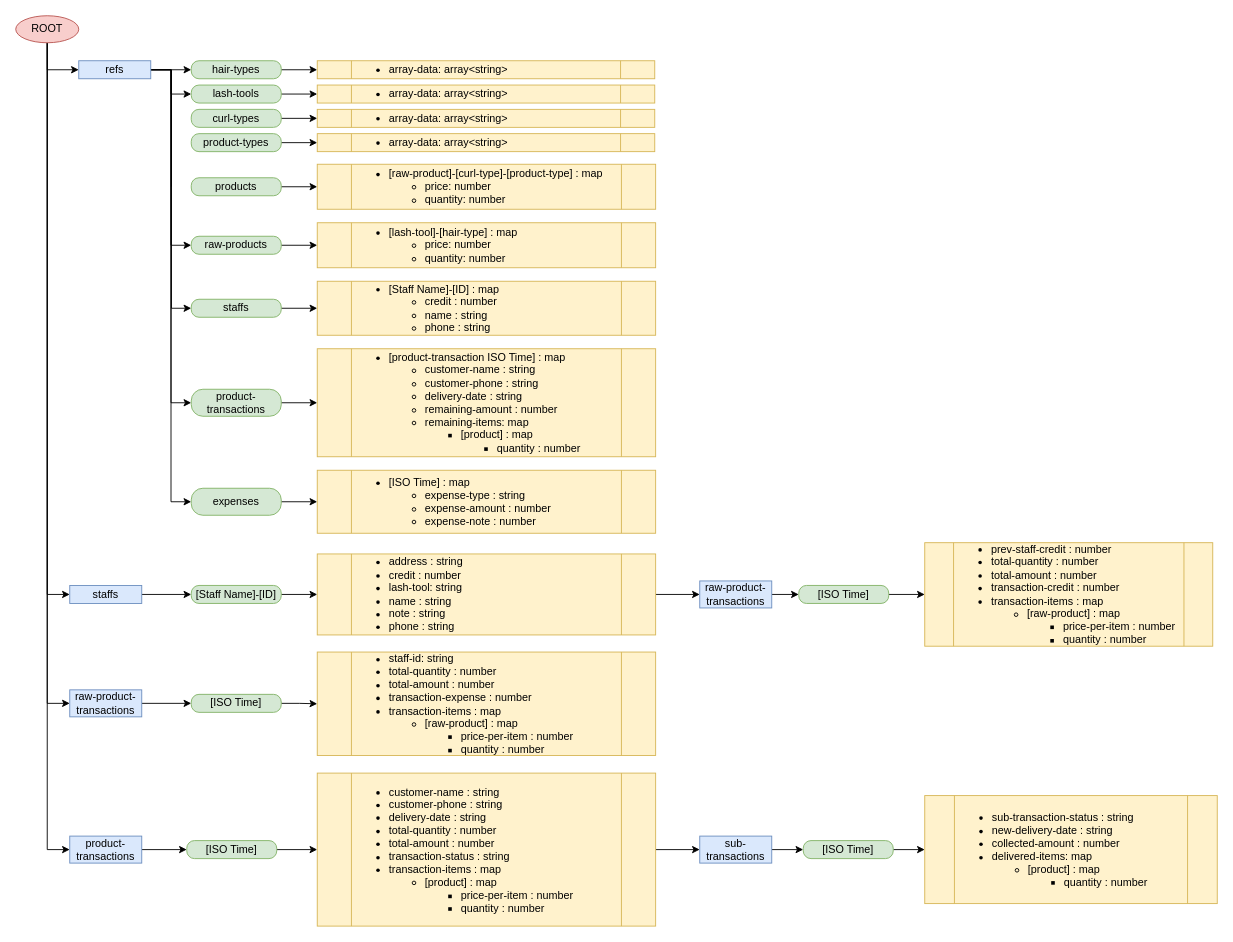
The draw.io diagram docs/Data Structure .drawio in KCFam/EyelashesWorkshopManager, before the edit. Source tidied: cells renumbered, new cells numbered last; positions are measured from the earlier drawing's top-left corner, leaving out a move shared by most shapes. Both pictures are drawn from the tidied source at 90%, with x=0, y=0 at pixel (15, 15).
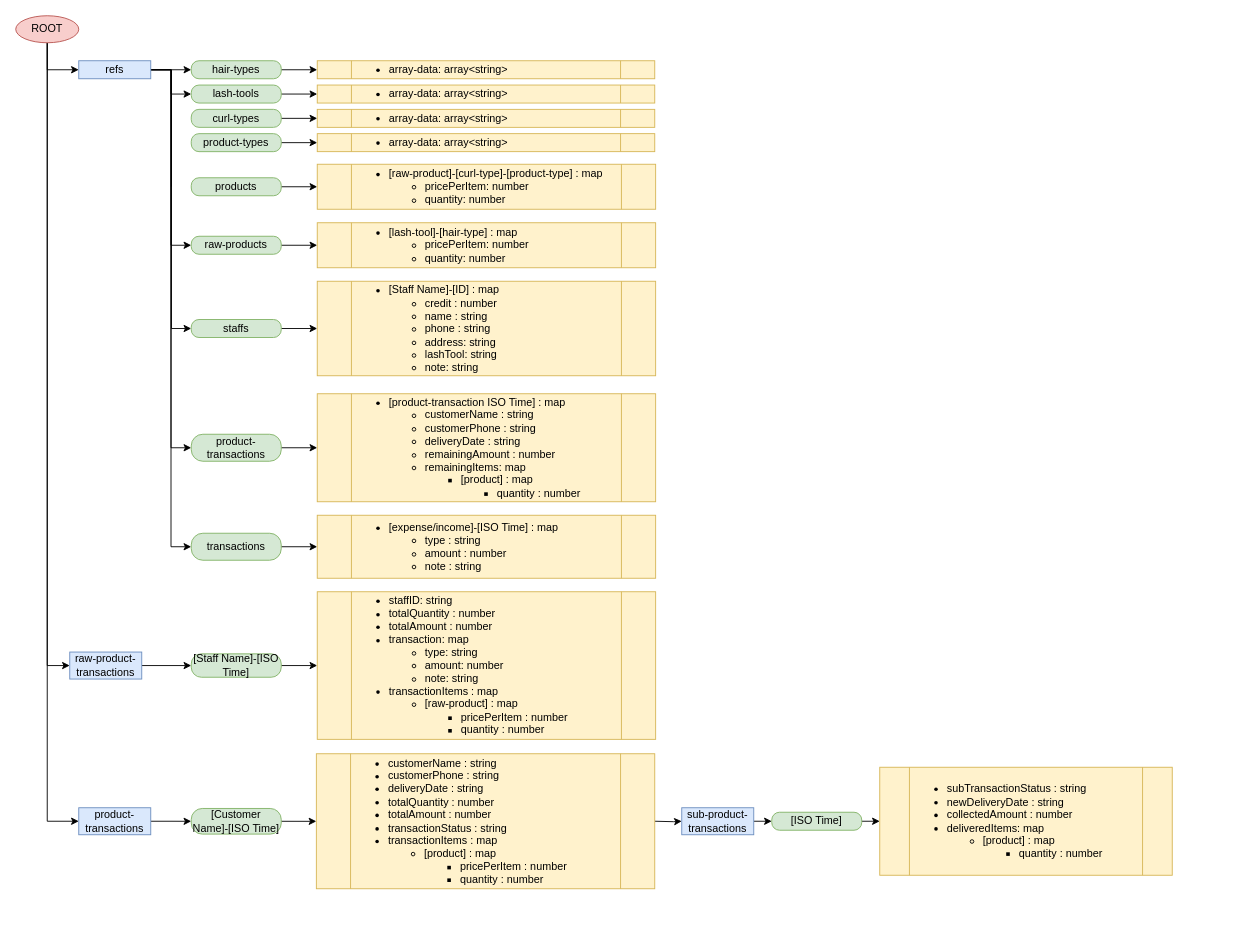
Above is the later version.

The change refers to these unchanged cells:
```xml
<mxCell id="15" value="ROOT" style="ellipse;whiteSpace=wrap;html=1;fillColor=#f8cecc;strokeColor=#b85450;" parent="1" vertex="1">
  <mxGeometry width="70" height="30" as="geometry" />
</mxCell>
```

Diff of the diagram source:
```diff
@@
-    <mxCell id="3" style="edgeStyle=orthogonalEdgeStyle;rounded=0;jettySize=auto;html=1;exitX=0.5;exitY=1;exitDx=0;exitDy=0;entryX=0;entryY=0.5;entryDx=0;entryDy=0;" parent="1" edge="1" source="15" target="12">
-      <mxGeometry relative="1" as="geometry" />
-    </mxCell>
@@
-    <mxCell id="11" style="edgeStyle=orthogonalEdgeStyle;rounded=0;jettySize=auto;html=1;exitX=1;exitY=0.5;exitDx=0;exitDy=0;entryX=0;entryY=0.5;entryDx=0;entryDy=0;" parent="1" edge="1" source="12" target="36">
-      <mxGeometry relative="1" as="geometry" />
-    </mxCell>
-    <mxCell id="12" value="staffs" style="rounded=0;whiteSpace=wrap;html=1;fillColor=#dae8fc;strokeColor=#6c8ebf;" parent="1" vertex="1">
-      <mxGeometry x="60" y="633" width="80" height="20" as="geometry" />
-    </mxCell>
@@
     <mxCell id="23" value="staffs" style="rounded=1;whiteSpace=wrap;html=1;arcSize=43;fillColor=#d5e8d4;strokeColor=#82b366;" parent="1" vertex="1">
-      <mxGeometry x="195" y="315" width="100" height="20" as="geometry" />
+      <mxGeometry x="195" y="337.5" width="100" height="20" as="geometry" />
     </mxCell>
-    <mxCell id="24" value="&lt;blockquote style=&quot;margin: 0 0 0 40px ; border: none ; padding: 0px&quot;&gt;&lt;/blockquote&gt;&lt;ul&gt;&lt;li&gt;[Staff Name]-[ID] : map&lt;/li&gt;&lt;ul&gt;&lt;li&gt;credit : number&lt;/li&gt;&lt;li&gt;name : string&lt;/li&gt;&lt;li&gt;phone : string&lt;/li&gt;&lt;/ul&gt;&lt;/ul&gt;&lt;blockquote style=&quot;margin: 0 0 0 40px ; border: none ; padding: 0px&quot;&gt;&lt;/blockquote&gt;" style="shape=process;whiteSpace=wrap;html=1;backgroundOutline=1;align=left;fillColor=#fff2cc;strokeColor=#d6b656;" parent="1" vertex="1">
-      <mxGeometry x="335" y="295" width="376" height="60" as="geometry" />
+    <mxCell id="24" value="&lt;blockquote style=&quot;margin: 0 0 0 40px ; border: none ; padding: 0px&quot;&gt;&lt;/blockquote&gt;&lt;ul&gt;&lt;li&gt;[Staff Name]-[ID] : map&lt;/li&gt;&lt;ul&gt;&lt;li&gt;credit : number&lt;/li&gt;&lt;li&gt;name : string&lt;/li&gt;&lt;li&gt;phone : string&lt;/li&gt;&lt;li&gt;address: string&lt;/li&gt;&lt;li&gt;lashTool: string&lt;/li&gt;&lt;li&gt;note: string&lt;/li&gt;&lt;/ul&gt;&lt;/ul&gt;&lt;blockquote style=&quot;margin: 0 0 0 40px ; border: none ; padding: 0px&quot;&gt;&lt;/blockquote&gt;" style="shape=process;whiteSpace=wrap;html=1;backgroundOutline=1;align=left;fillColor=#fff2cc;strokeColor=#d6b656;" parent="1" vertex="1">
+      <mxGeometry x="335" y="295" width="376" height="105" as="geometry" />
     </mxCell>
@@
-    <mxCell id="26" value="&lt;ul&gt;&lt;li&gt;[lash-tool]-[hair-type] : map&lt;/li&gt;&lt;ul&gt;&lt;li&gt;price: number&lt;/li&gt;&lt;li&gt;quantity: number&lt;/li&gt;&lt;/ul&gt;&lt;/ul&gt;" style="shape=process;whiteSpace=wrap;html=1;backgroundOutline=1;align=left;fillColor=#fff2cc;strokeColor=#d6b656;" parent="1" vertex="1">
+    <mxCell id="26" value="&lt;ul&gt;&lt;li&gt;[lash-tool]-[hair-type] : map&lt;/li&gt;&lt;ul&gt;&lt;li&gt;pricePerItem: number&lt;/li&gt;&lt;li&gt;quantity: number&lt;/li&gt;&lt;/ul&gt;&lt;/ul&gt;" style="shape=process;whiteSpace=wrap;html=1;backgroundOutline=1;align=left;fillColor=#fff2cc;strokeColor=#d6b656;" parent="1" vertex="1">
       <mxGeometry x="335" y="230" width="376" height="50" as="geometry" />
     </mxCell>
@@
-    <mxCell id="28" style="edgeStyle=orthogonalEdgeStyle;rounded=0;jettySize=auto;html=1;exitX=1;exitY=0.5;exitDx=0;exitDy=0;entryX=0;entryY=0.5;entryDx=0;entryDy=0;" parent="1" edge="1" source="29" target="31">
-      <mxGeometry relative="1" as="geometry" />
-    </mxCell>
-    <mxCell id="29" value="&lt;blockquote style=&quot;margin: 0 0 0 40px ; border: none ; padding: 0px&quot;&gt;&lt;/blockquote&gt;&lt;ul&gt;&lt;li&gt;&lt;span&gt;address : string&lt;/span&gt;&lt;br&gt;&lt;/li&gt;&lt;li&gt;&lt;span&gt;credit : number&lt;/span&gt;&lt;br&gt;&lt;/li&gt;&lt;li&gt;&lt;span&gt;lash-tool: string&lt;/span&gt;&lt;br&gt;&lt;/li&gt;&lt;li&gt;&lt;span&gt;name : string&lt;/span&gt;&lt;br&gt;&lt;/li&gt;&lt;li&gt;&lt;span&gt;note : string&lt;/span&gt;&lt;br&gt;&lt;/li&gt;&lt;li&gt;&lt;span&gt;phone : string&lt;/span&gt;&lt;br&gt;&lt;/li&gt;&lt;/ul&gt;&lt;blockquote style=&quot;margin: 0 0 0 40px ; border: none ; padding: 0px&quot;&gt;&lt;/blockquote&gt;" style="shape=process;whiteSpace=wrap;html=1;backgroundOutline=1;align=left;fillColor=#fff2cc;strokeColor=#d6b656;" parent="1" vertex="1">
-      <mxGeometry x="335" y="598" width="376" height="90" as="geometry" />
-    </mxCell>
-    <mxCell id="30" style="edgeStyle=orthogonalEdgeStyle;rounded=0;jettySize=auto;html=1;exitX=1;exitY=0.5;exitDx=0;exitDy=0;entryX=0;entryY=0.5;entryDx=0;entryDy=0;" parent="1" edge="1" source="31" target="33">
-      <mxGeometry relative="1" as="geometry" />
-    </mxCell>
-    <mxCell id="31" value="raw-product-transactions" style="rounded=0;whiteSpace=wrap;html=1;fillColor=#dae8fc;strokeColor=#6c8ebf;" parent="1" vertex="1">
-      <mxGeometry x="760" y="628" width="80" height="30" as="geometry" />
-    </mxCell>
-    <mxCell id="32" style="edgeStyle=orthogonalEdgeStyle;rounded=0;jettySize=auto;html=1;exitX=1;exitY=0.5;exitDx=0;exitDy=0;entryX=0;entryY=0.5;entryDx=0;entryDy=0;" parent="1" edge="1" source="33" target="34">
-      <mxGeometry relative="1" as="geometry" />
-    </mxCell>
-    <mxCell id="33" value="[ISO Time]" style="rounded=1;whiteSpace=wrap;html=1;arcSize=43;fillColor=#d5e8d4;strokeColor=#82b366;" parent="1" vertex="1">
-      <mxGeometry x="870" y="633" width="100" height="20" as="geometry" />
-    </mxCell>
-    <mxCell id="34" value="&lt;blockquote style=&quot;margin: 0 0 0 40px ; border: none ; padding: 0px&quot;&gt;&lt;/blockquote&gt;&lt;ul&gt;&lt;li&gt;prev-staff-credit : number&lt;/li&gt;&lt;li&gt;total-quantity : number&lt;/li&gt;&lt;li&gt;total-amount : number&lt;/li&gt;&lt;li&gt;transaction-credit : number&lt;/li&gt;&lt;li&gt;transaction-items : map&lt;/li&gt;&lt;ul&gt;&lt;li&gt;[raw-product] : map&lt;/li&gt;&lt;ul&gt;&lt;li&gt;price-per-item : number&lt;/li&gt;&lt;li&gt;quantity : number&lt;/li&gt;&lt;/ul&gt;&lt;/ul&gt;&lt;/ul&gt;&lt;blockquote style=&quot;margin: 0 0 0 40px ; border: none ; padding: 0px&quot;&gt;&lt;/blockquote&gt;" style="shape=process;whiteSpace=wrap;html=1;backgroundOutline=1;align=left;fillColor=#fff2cc;strokeColor=#d6b656;" parent="1" vertex="1">
-      <mxGeometry x="1010" y="585.5" width="320" height="115" as="geometry" />
-    </mxCell>
-    <mxCell id="35" style="edgeStyle=orthogonalEdgeStyle;rounded=0;jettySize=auto;html=1;exitX=1;exitY=0.5;exitDx=0;exitDy=0;entryX=0;entryY=0.5;entryDx=0;entryDy=0;" parent="1" edge="1" source="36" target="29">
-      <mxGeometry relative="1" as="geometry" />
-    </mxCell>
-    <mxCell id="36" value="[Staff Name]-[ID]" style="rounded=1;whiteSpace=wrap;html=1;arcSize=43;fillColor=#d5e8d4;strokeColor=#82b366;" parent="1" vertex="1">
-      <mxGeometry x="195" y="633" width="100" height="20" as="geometry" />
-    </mxCell>
@@
     <mxCell id="38" value="raw-product-transactions" style="rounded=0;whiteSpace=wrap;html=1;fillColor=#dae8fc;strokeColor=#6c8ebf;" parent="1" vertex="1">
-      <mxGeometry x="60" y="749" width="80" height="30" as="geometry" />
+      <mxGeometry x="60" y="707" width="80" height="30" as="geometry" />
     </mxCell>
@@
-    <mxCell id="40" value="[ISO Time]" style="rounded=1;whiteSpace=wrap;html=1;arcSize=43;fillColor=#d5e8d4;strokeColor=#82b366;" parent="1" vertex="1">
-      <mxGeometry x="195" y="754" width="100" height="20" as="geometry" />
+    <mxCell id="40" value="[Staff Name]-[ISO Time]" style="rounded=1;whiteSpace=wrap;html=1;arcSize=43;fillColor=#d5e8d4;strokeColor=#82b366;" parent="1" vertex="1">
+      <mxGeometry x="195" y="709" width="100" height="26" as="geometry" />
     </mxCell>
-    <mxCell id="41" value="&lt;blockquote style=&quot;margin: 0 0 0 40px ; border: none ; padding: 0px&quot;&gt;&lt;/blockquote&gt;&lt;ul&gt;&lt;li&gt;staff-id: string&lt;/li&gt;&lt;li&gt;total-quantity : number&lt;/li&gt;&lt;li&gt;total-amount : number&lt;/li&gt;&lt;li&gt;transaction-expense : number&lt;/li&gt;&lt;li&gt;transaction-items : map&lt;/li&gt;&lt;ul&gt;&lt;li&gt;[raw-product] : map&lt;/li&gt;&lt;ul&gt;&lt;li&gt;price-per-item : number&lt;/li&gt;&lt;li&gt;quantity : number&lt;/li&gt;&lt;/ul&gt;&lt;/ul&gt;&lt;/ul&gt;&lt;blockquote style=&quot;margin: 0 0 0 40px ; border: none ; padding: 0px&quot;&gt;&lt;/blockquote&gt;" style="shape=process;whiteSpace=wrap;html=1;backgroundOutline=1;align=left;fillColor=#fff2cc;strokeColor=#d6b656;" parent="1" vertex="1">
-      <mxGeometry x="335" y="707" width="376" height="115" as="geometry" />
+    <mxCell id="41" value="&lt;blockquote style=&quot;margin: 0 0 0 40px ; border: none ; padding: 0px&quot;&gt;&lt;/blockquote&gt;&lt;ul&gt;&lt;li&gt;staffID: string&lt;/li&gt;&lt;li&gt;totalQuantity : number&lt;/li&gt;&lt;li&gt;totalAmount : number&lt;/li&gt;&lt;li&gt;transaction: map&lt;/li&gt;&lt;ul&gt;&lt;li&gt;type: string&lt;/li&gt;&lt;li&gt;amount: number&lt;/li&gt;&lt;li&gt;note: string&lt;/li&gt;&lt;/ul&gt;&lt;li&gt;transactionItems : map&lt;/li&gt;&lt;ul&gt;&lt;li&gt;[raw-product] : map&lt;/li&gt;&lt;ul&gt;&lt;li&gt;pricePerItem : number&lt;/li&gt;&lt;li&gt;quantity : number&lt;/li&gt;&lt;/ul&gt;&lt;/ul&gt;&lt;/ul&gt;&lt;blockquote style=&quot;margin: 0 0 0 40px ; border: none ; padding: 0px&quot;&gt;&lt;/blockquote&gt;" style="shape=process;whiteSpace=wrap;html=1;backgroundOutline=1;align=left;fillColor=#fff2cc;strokeColor=#d6b656;" parent="1" vertex="1">
+      <mxGeometry x="335" y="640" width="376" height="164" as="geometry" />
     </mxCell>
@@
     <mxCell id="43" value="product-transactions" style="rounded=0;whiteSpace=wrap;html=1;fillColor=#dae8fc;strokeColor=#6c8ebf;" parent="1" vertex="1">
-      <mxGeometry x="60" y="911.5" width="80" height="30" as="geometry" />
+      <mxGeometry x="70" y="880" width="80" height="30" as="geometry" />
     </mxCell>
@@
-    <mxCell id="45" value="[ISO Time]" style="rounded=1;whiteSpace=wrap;html=1;arcSize=43;fillColor=#d5e8d4;strokeColor=#82b366;" parent="1" vertex="1">
-      <mxGeometry x="190" y="916.5" width="100" height="20" as="geometry" />
+    <mxCell id="45" value="[Customer Name]-[ISO Time]" style="rounded=1;whiteSpace=wrap;html=1;arcSize=43;fillColor=#d5e8d4;strokeColor=#82b366;" parent="1" vertex="1">
+      <mxGeometry x="195" y="880.8" width="100" height="28.5" as="geometry" />
     </mxCell>
-    <mxCell id="46" style="edgeStyle=orthogonalEdgeStyle;rounded=0;jettySize=auto;html=1;exitX=1;exitY=0.5;exitDx=0;exitDy=0;entryX=0;entryY=0.5;entryDx=0;entryDy=0;" parent="1" edge="1" source="47" target="58">
-      <mxGeometry relative="1" as="geometry" />
+    <mxCell id="46" style="edgeStyle=orthogonalEdgeStyle;rounded=0;jettySize=auto;html=1;" parent="1" edge="1" target="58">
+      <mxGeometry relative="1" as="geometry">
+        <mxPoint x="710" y="895" as="sourcePoint" />
+      </mxGeometry>
     </mxCell>
-    <mxCell id="47" value="&lt;blockquote style=&quot;margin: 0 0 0 40px ; border: none ; padding: 0px&quot;&gt;&lt;/blockquote&gt;&lt;ul&gt;&lt;li&gt;customer-name : string&lt;/li&gt;&lt;li&gt;customer-phone : string&lt;/li&gt;&lt;li&gt;delivery-date : string&lt;/li&gt;&lt;li&gt;total-quantity : number&lt;/li&gt;&lt;li&gt;total-amount : number&lt;/li&gt;&lt;li&gt;transaction-status : string&lt;/li&gt;&lt;li&gt;transaction-items : map&lt;/li&gt;&lt;ul&gt;&lt;li&gt;[product] : map&lt;/li&gt;&lt;ul&gt;&lt;li&gt;price-per-item : number&lt;/li&gt;&lt;li&gt;quantity : number&lt;/li&gt;&lt;/ul&gt;&lt;/ul&gt;&lt;/ul&gt;&lt;blockquote style=&quot;margin: 0 0 0 40px ; border: none ; padding: 0px&quot;&gt;&lt;/blockquote&gt;" style="shape=process;whiteSpace=wrap;html=1;backgroundOutline=1;align=left;fillColor=#fff2cc;strokeColor=#d6b656;" parent="1" vertex="1">
-      <mxGeometry x="335" y="841.5" width="376" height="170" as="geometry" />
+    <mxCell id="47" value="&lt;blockquote style=&quot;margin: 0 0 0 40px ; border: none ; padding: 0px&quot;&gt;&lt;/blockquote&gt;&lt;ul&gt;&lt;li&gt;customerName : string&lt;/li&gt;&lt;li&gt;customerPhone : string&lt;/li&gt;&lt;li&gt;deliveryDate : string&lt;/li&gt;&lt;li&gt;totalQuantity : number&lt;/li&gt;&lt;li&gt;totalAmount : number&lt;/li&gt;&lt;li&gt;transactionStatus : string&lt;/li&gt;&lt;li&gt;transactionItems : map&lt;/li&gt;&lt;ul&gt;&lt;li&gt;[product] : map&lt;/li&gt;&lt;ul&gt;&lt;li&gt;pricePerItem : number&lt;/li&gt;&lt;li&gt;quantity : number&lt;/li&gt;&lt;/ul&gt;&lt;/ul&gt;&lt;/ul&gt;&lt;blockquote style=&quot;margin: 0 0 0 40px ; border: none ; padding: 0px&quot;&gt;&lt;/blockquote&gt;" style="shape=process;whiteSpace=wrap;html=1;backgroundOutline=1;align=left;fillColor=#fff2cc;strokeColor=#d6b656;" parent="1" vertex="1">
+      <mxGeometry x="334" y="820" width="376" height="150" as="geometry" />
     </mxCell>
@@
-    <mxCell id="53" value="&lt;ul&gt;&lt;li&gt;[raw-product]-[curl-type]-[product-type] : map&lt;/li&gt;&lt;ul&gt;&lt;li&gt;price: number&lt;/li&gt;&lt;li&gt;quantity: number&lt;/li&gt;&lt;/ul&gt;&lt;/ul&gt;" style="shape=process;whiteSpace=wrap;html=1;backgroundOutline=1;align=left;fillColor=#fff2cc;strokeColor=#d6b656;" parent="1" vertex="1">
+    <mxCell id="53" value="&lt;ul&gt;&lt;li&gt;[raw-product]-[curl-type]-[product-type] : map&lt;/li&gt;&lt;ul&gt;&lt;li&gt;pricePerItem: number&lt;/li&gt;&lt;li&gt;quantity: number&lt;/li&gt;&lt;/ul&gt;&lt;/ul&gt;" style="shape=process;whiteSpace=wrap;html=1;backgroundOutline=1;align=left;fillColor=#fff2cc;strokeColor=#d6b656;" parent="1" vertex="1">
       <mxGeometry x="335" y="165" width="376" height="50" as="geometry" />
     </mxCell>
@@
-    <mxCell id="58" value="sub-transactions" style="rounded=0;whiteSpace=wrap;html=1;fillColor=#dae8fc;strokeColor=#6c8ebf;" parent="1" vertex="1">
-      <mxGeometry x="760" y="911.5" width="80" height="30" as="geometry" />
+    <mxCell id="58" value="sub-product-transactions" style="rounded=0;whiteSpace=wrap;html=1;fillColor=#dae8fc;strokeColor=#6c8ebf;" parent="1" vertex="1">
+      <mxGeometry x="740" y="880" width="80" height="30" as="geometry" />
     </mxCell>
@@
     <mxCell id="60" value="[ISO Time]" style="rounded=1;whiteSpace=wrap;html=1;arcSize=43;fillColor=#d5e8d4;strokeColor=#82b366;" parent="1" vertex="1">
-      <mxGeometry x="875" y="916.5" width="100" height="20" as="geometry" />
+      <mxGeometry x="840" y="885" width="100" height="20" as="geometry" />
     </mxCell>
@@
     <mxCell id="62" value="product-transactions" style="rounded=1;whiteSpace=wrap;html=1;arcSize=43;fillColor=#d5e8d4;strokeColor=#82b366;" parent="1" vertex="1">
-      <mxGeometry x="195" y="415" width="100" height="30" as="geometry" />
+      <mxGeometry x="195" y="465" width="100" height="30" as="geometry" />
     </mxCell>
-    <mxCell id="63" value="&lt;blockquote style=&quot;margin: 0 0 0 40px ; border: none ; padding: 0px&quot;&gt;&lt;/blockquote&gt;&lt;ul&gt;&lt;li&gt;[product-transaction ISO Time] : map&lt;/li&gt;&lt;ul&gt;&lt;li&gt;customer-name : string&lt;/li&gt;&lt;li&gt;customer-phone : string&lt;/li&gt;&lt;li&gt;delivery-date : string&lt;/li&gt;&lt;li&gt;remaining-amount : number&lt;/li&gt;&lt;li&gt;remaining-items: map&lt;/li&gt;&lt;ul&gt;&lt;li&gt;[product] : map&lt;/li&gt;&lt;ul&gt;&lt;li&gt;quantity : number&lt;/li&gt;&lt;/ul&gt;&lt;/ul&gt;&lt;/ul&gt;&lt;/ul&gt;&lt;blockquote style=&quot;margin: 0 0 0 40px ; border: none ; padding: 0px&quot;&gt;&lt;/blockquote&gt;" style="shape=process;whiteSpace=wrap;html=1;backgroundOutline=1;align=left;fillColor=#fff2cc;strokeColor=#d6b656;" parent="1" vertex="1">
-      <mxGeometry x="335" y="370" width="376" height="120" as="geometry" />
+    <mxCell id="63" value="&lt;blockquote style=&quot;margin: 0 0 0 40px ; border: none ; padding: 0px&quot;&gt;&lt;/blockquote&gt;&lt;ul&gt;&lt;li&gt;[product-transaction ISO Time] : map&lt;/li&gt;&lt;ul&gt;&lt;li&gt;customerName : string&lt;/li&gt;&lt;li&gt;customerPhone : string&lt;/li&gt;&lt;li&gt;deliveryDate : string&lt;/li&gt;&lt;li&gt;remainingAmount : number&lt;/li&gt;&lt;li&gt;remainingItems: map&lt;/li&gt;&lt;ul&gt;&lt;li&gt;[product] : map&lt;/li&gt;&lt;ul&gt;&lt;li&gt;quantity : number&lt;/li&gt;&lt;/ul&gt;&lt;/ul&gt;&lt;/ul&gt;&lt;/ul&gt;&lt;blockquote style=&quot;margin: 0 0 0 40px ; border: none ; padding: 0px&quot;&gt;&lt;/blockquote&gt;" style="shape=process;whiteSpace=wrap;html=1;backgroundOutline=1;align=left;fillColor=#fff2cc;strokeColor=#d6b656;" parent="1" vertex="1">
+      <mxGeometry x="335" y="420" width="376" height="120" as="geometry" />
     </mxCell>
-    <mxCell id="64" value="&lt;blockquote style=&quot;margin: 0 0 0 40px ; border: none ; padding: 0px&quot;&gt;&lt;/blockquote&gt;&lt;ul&gt;&lt;li&gt;sub-transaction-status : string&lt;/li&gt;&lt;li&gt;&lt;span&gt;new-delivery-date : string&lt;/span&gt;&lt;br&gt;&lt;/li&gt;&lt;li&gt;&lt;span&gt;collected-amount : number&lt;/span&gt;&lt;br&gt;&lt;/li&gt;&lt;li&gt;&lt;span&gt;delivered-items: map&lt;/span&gt;&lt;br&gt;&lt;/li&gt;&lt;ul&gt;&lt;li&gt;&lt;span&gt;[product] : map&lt;/span&gt;&lt;br&gt;&lt;/li&gt;&lt;ul&gt;&lt;li&gt;&lt;span&gt;quantity : number&lt;/span&gt;&lt;br&gt;&lt;/li&gt;&lt;/ul&gt;&lt;/ul&gt;&lt;/ul&gt;&lt;blockquote style=&quot;margin: 0 0 0 40px ; border: none ; padding: 0px&quot;&gt;&lt;/blockquote&gt;" style="shape=process;whiteSpace=wrap;html=1;backgroundOutline=1;align=left;fillColor=#fff2cc;strokeColor=#d6b656;" parent="1" vertex="1">
-      <mxGeometry x="1010" y="866.5" width="325" height="120" as="geometry" />
+    <mxCell id="64" value="&lt;blockquote style=&quot;margin: 0 0 0 40px ; border: none ; padding: 0px&quot;&gt;&lt;/blockquote&gt;&lt;ul&gt;&lt;li&gt;subTransactionStatus : string&lt;/li&gt;&lt;li&gt;&lt;span&gt;newDeliveryDate : string&lt;/span&gt;&lt;br&gt;&lt;/li&gt;&lt;li&gt;&lt;span&gt;collectedAmount : number&lt;/span&gt;&lt;br&gt;&lt;/li&gt;&lt;li&gt;&lt;span&gt;deliveredItems: map&lt;/span&gt;&lt;br&gt;&lt;/li&gt;&lt;ul&gt;&lt;li&gt;&lt;span&gt;[product] : map&lt;/span&gt;&lt;br&gt;&lt;/li&gt;&lt;ul&gt;&lt;li&gt;&lt;span&gt;quantity : number&lt;/span&gt;&lt;br&gt;&lt;/li&gt;&lt;/ul&gt;&lt;/ul&gt;&lt;/ul&gt;&lt;blockquote style=&quot;margin: 0 0 0 40px ; border: none ; padding: 0px&quot;&gt;&lt;/blockquote&gt;" style="shape=process;whiteSpace=wrap;html=1;backgroundOutline=1;align=left;fillColor=#fff2cc;strokeColor=#d6b656;" parent="1" vertex="1">
+      <mxGeometry x="960" y="835" width="325" height="120" as="geometry" />
     </mxCell>
@@
-    <mxCell id="66" value="expenses" style="rounded=1;whiteSpace=wrap;html=1;arcSize=43;fillColor=#d5e8d4;strokeColor=#82b366;" parent="1" vertex="1">
-      <mxGeometry x="195" y="525" width="100" height="30" as="geometry" />
+    <mxCell id="66" value="transactions" style="rounded=1;whiteSpace=wrap;html=1;arcSize=43;fillColor=#d5e8d4;strokeColor=#82b366;" parent="1" vertex="1">
+      <mxGeometry x="195" y="575" width="100" height="30" as="geometry" />
     </mxCell>
-    <mxCell id="67" value="&lt;blockquote style=&quot;margin: 0 0 0 40px ; border: none ; padding: 0px&quot;&gt;&lt;/blockquote&gt;&lt;ul&gt;&lt;li&gt;[ISO Time] : map&lt;/li&gt;&lt;ul&gt;&lt;li&gt;expense-type : string&lt;/li&gt;&lt;li&gt;expense-amount : number&lt;/li&gt;&lt;li&gt;expense-note : number&lt;/li&gt;&lt;/ul&gt;&lt;/ul&gt;&lt;blockquote style=&quot;margin: 0 0 0 40px ; border: none ; padding: 0px&quot;&gt;&lt;/blockquote&gt;" style="shape=process;whiteSpace=wrap;html=1;backgroundOutline=1;align=left;fillColor=#fff2cc;strokeColor=#d6b656;" parent="1" vertex="1">
-      <mxGeometry x="335" y="505" width="376" height="70" as="geometry" />
+    <mxCell id="67" value="&lt;blockquote style=&quot;margin: 0 0 0 40px ; border: none ; padding: 0px&quot;&gt;&lt;/blockquote&gt;&lt;ul&gt;&lt;li&gt;[expense/income]-[ISO Time] : map&lt;/li&gt;&lt;ul&gt;&lt;li&gt;type : string&lt;/li&gt;&lt;li&gt;amount : number&lt;/li&gt;&lt;li&gt;note : string&lt;/li&gt;&lt;/ul&gt;&lt;/ul&gt;&lt;blockquote style=&quot;margin: 0 0 0 40px ; border: none ; padding: 0px&quot;&gt;&lt;/blockquote&gt;" style="shape=process;whiteSpace=wrap;html=1;backgroundOutline=1;align=left;fillColor=#fff2cc;strokeColor=#d6b656;" parent="1" vertex="1">
+      <mxGeometry x="335" y="555" width="376" height="70" as="geometry" />
     </mxCell>
```
